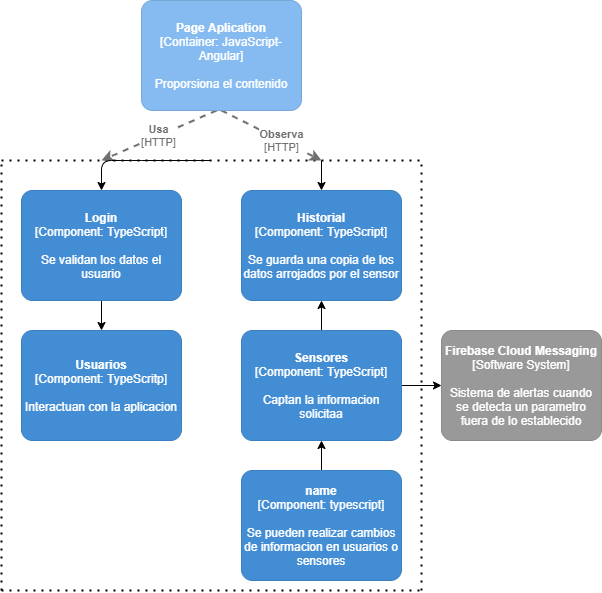
Earlier version of the draw.io export images/diagramaComponentes2.drawio.png (abraham22rodriguez/AnalisisAvanzadoDeSoftware_AbrahamRodriguez). Source tidied: cells renumbered, new cells last; positions are measured from the earlier drawing's top-left corner, leaving out a move shared by most shapes.
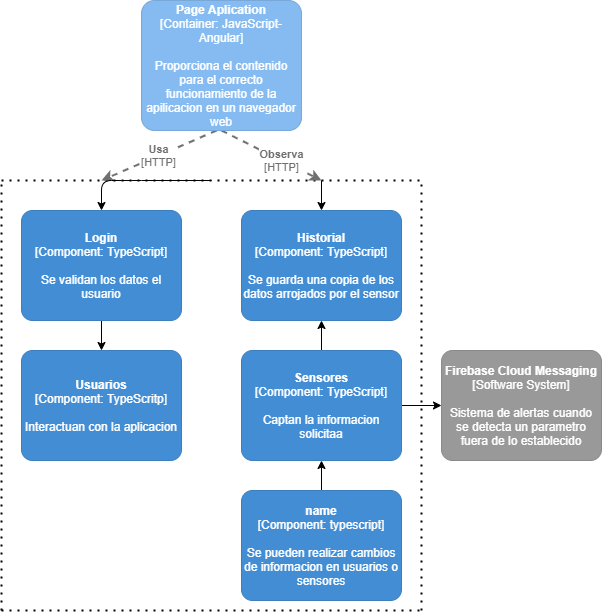
After the commit.

The edit, as a diff of the source:
```diff
@@ -101,9 +101,9 @@
         <mxPoint x="320" y="160" as="sourcePoint" />
       </mxGeometry>
     </mxCell>
-    <object id="20" label="&lt;b&gt;%c4Name%&lt;/b&gt;&lt;div&gt;[%c4Type%: %c4Technology%]&lt;/div&gt;&lt;br&gt;&lt;div&gt;%c4Description%&lt;/div&gt;" c4Description="Proporsiona el contenido" c4Name="Page Aplication" c4Technology="JavaScript-Angular" c4Type="Container" placeholders="1">
+    <object id="20" label="&lt;b&gt;%c4Name%&lt;/b&gt;&lt;div&gt;[%c4Type%: %c4Technology%]&lt;/div&gt;&lt;br&gt;&lt;div&gt;%c4Description%&lt;/div&gt;" c4Description="Proporciona el contenido para el correcto funcionamiento de la apilicacion en un navegador web" c4Name="Page Aplication" c4Technology="JavaScript-Angular" c4Type="Container" placeholders="1">
       <mxCell style="rounded=1;whiteSpace=wrap;html=1;labelBackgroundColor=none;fillColor=#85BBF0;fontColor=#ffffff;align=center;arcSize=10;strokeColor=#78A8D8;metaData={&quot;c4Type&quot;:{&quot;editable&quot;:false}};" parent="1" vertex="1">
-        <mxGeometry x="140" width="160" height="110" as="geometry" />
+        <mxGeometry x="140" y="-20" width="160" height="130" as="geometry" />
       </mxCell>
     </object>
   </root>
```
